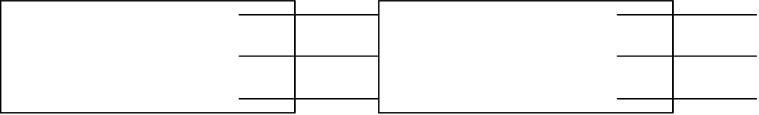
The draw.io diagram RxJs Observables.drawio.svg in hansschenker/rx-angular-state-counter-demo-hans, before a commit. Source tidied: cells renumbered, new cells last; positions are measured from the earlier drawing's top-left corner, leaving out a move shared by most shapes.
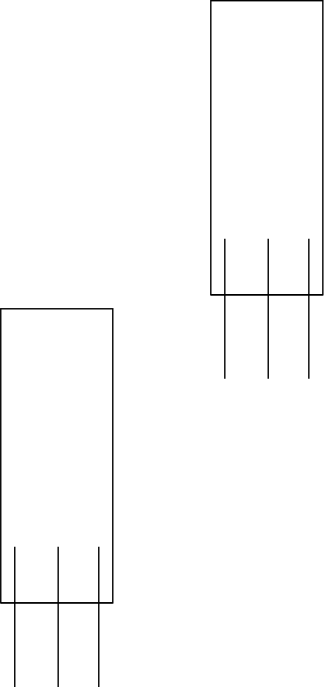
After the change.

The edit, as a diff of the source:
```diff
@@ -2,71 +2,71 @@
   <root>
     <mxCell id="0" />
     <mxCell id="1" parent="0" />
-    <mxCell id="2" style="group;" parent="1" vertex="1">
-      <mxGeometry width="270" height="80" as="geometry" />
-    </mxCell>
+    <mxCell id="16" style="group;" parent="1" vertex="1">
+      <mxGeometry x="470" y="-190" width="80" height="270" as="geometry" />
+    </mxCell>
-    <mxCell id="3" style="rounded=0;whiteSpace=wrap;html=1;" parent="2" vertex="1">
-      <mxGeometry width="210" height="80" as="geometry" />
+    <mxCell id="3" style="rounded=0;whiteSpace=wrap;html=1;direction=south;" parent="16" vertex="1">
+      <mxGeometry width="80" height="210" as="geometry" />
     </mxCell>
-    <mxCell id="4" style="group;" parent="2" vertex="1">
-      <mxGeometry x="170" width="100" height="80" as="geometry" />
+    <mxCell id="4" style="group;direction=west;rotation=90;" parent="16" vertex="1">
+      <mxGeometry x="-10" y="180" width="100" height="80" as="geometry" />
     </mxCell>
     <mxCell id="5" style="endArrow=none;html=1;rounded=0;" parent="4" edge="1">
       <mxGeometry relative="1" as="geometry">
-        <mxPoint x="40" y="80" as="sourcePoint" />
-        <mxPoint x="40" as="targetPoint" />
+        <mxPoint x="10" y="30" as="sourcePoint" />
+        <mxPoint x="90" y="30" as="targetPoint" />
       </mxGeometry>
     </mxCell>
     <mxCell id="6" style="endArrow=none;html=1;rounded=0;" parent="4" edge="1">
       <mxGeometry relative="1" as="geometry">
-        <mxPoint y="39.5" as="sourcePoint" />
-        <mxPoint x="100" y="39.5" as="targetPoint" />
+        <mxPoint x="51" y="-10" as="sourcePoint" />
+        <mxPoint x="51" y="90" as="targetPoint" />
       </mxGeometry>
     </mxCell>
     <mxCell id="7" style="endArrow=none;html=1;rounded=0;" parent="4" edge="1">
       <mxGeometry relative="1" as="geometry">
-        <mxPoint y="70" as="sourcePoint" />
-        <mxPoint x="100" y="70" as="targetPoint" />
+        <mxPoint x="20" y="-10" as="sourcePoint" />
+        <mxPoint x="20" y="90" as="targetPoint" />
       </mxGeometry>
     </mxCell>
     <mxCell id="8" style="endArrow=none;html=1;rounded=0;" parent="4" edge="1">
       <mxGeometry relative="1" as="geometry">
-        <mxPoint y="10" as="sourcePoint" />
-        <mxPoint x="100" y="10" as="targetPoint" />
+        <mxPoint x="80" y="-10" as="sourcePoint" />
+        <mxPoint x="80" y="90" as="targetPoint" />
       </mxGeometry>
     </mxCell>
-    <mxCell id="9" style="group;" parent="1" vertex="1">
-      <mxGeometry x="270" width="270" height="80" as="geometry" />
-    </mxCell>
-    <mxCell id="10" style="rounded=0;whiteSpace=wrap;html=1;" parent="9" vertex="1">
-      <mxGeometry width="210" height="80" as="geometry" />
-    </mxCell>
-    <mxCell id="11" style="group;" parent="9" vertex="1">
-      <mxGeometry x="170" width="100" height="80" as="geometry" />
-    </mxCell>
-    <mxCell id="12" style="endArrow=none;html=1;rounded=0;" parent="11" edge="1">
-      <mxGeometry relative="1" as="geometry">
-        <mxPoint x="40" y="80" as="sourcePoint" />
-        <mxPoint x="40" as="targetPoint" />
-      </mxGeometry>
-    </mxCell>
-    <mxCell id="13" style="endArrow=none;html=1;rounded=0;" parent="11" edge="1">
-      <mxGeometry relative="1" as="geometry">
-        <mxPoint y="39.5" as="sourcePoint" />
-        <mxPoint x="100" y="39.5" as="targetPoint" />
-      </mxGeometry>
-    </mxCell>
-    <mxCell id="14" style="endArrow=none;html=1;rounded=0;" parent="11" edge="1">
-      <mxGeometry relative="1" as="geometry">
-        <mxPoint y="70" as="sourcePoint" />
-        <mxPoint x="100" y="70" as="targetPoint" />
-      </mxGeometry>
-    </mxCell>
-    <mxCell id="15" style="endArrow=none;html=1;rounded=0;" parent="11" edge="1">
-      <mxGeometry relative="1" as="geometry">
-        <mxPoint y="10" as="sourcePoint" />
-        <mxPoint x="100" y="10" as="targetPoint" />
-      </mxGeometry>
-    </mxCell>
+    <mxCell id="17" style="group;" parent="1" vertex="1">
+      <mxGeometry x="320" y="30" width="80" height="270" as="geometry" />
+    </mxCell>
+    <mxCell id="18" style="rounded=0;whiteSpace=wrap;html=1;direction=south;" parent="17" vertex="1">
+      <mxGeometry width="80" height="210" as="geometry" />
+    </mxCell>
+    <mxCell id="19" style="group;direction=west;rotation=90;" parent="17" vertex="1">
+      <mxGeometry x="-10" y="180" width="100" height="80" as="geometry" />
+    </mxCell>
+    <mxCell id="20" style="endArrow=none;html=1;rounded=0;" parent="19" edge="1">
+      <mxGeometry relative="1" as="geometry">
+        <mxPoint x="10" y="30" as="sourcePoint" />
+        <mxPoint x="90" y="30" as="targetPoint" />
+      </mxGeometry>
+    </mxCell>
+    <mxCell id="21" style="endArrow=none;html=1;rounded=0;" parent="19" edge="1">
+      <mxGeometry relative="1" as="geometry">
+        <mxPoint x="51" y="-10" as="sourcePoint" />
+        <mxPoint x="51" y="90" as="targetPoint" />
+      </mxGeometry>
+    </mxCell>
+    <mxCell id="22" style="endArrow=none;html=1;rounded=0;" parent="19" edge="1">
+      <mxGeometry relative="1" as="geometry">
+        <mxPoint x="20" y="-10" as="sourcePoint" />
+        <mxPoint x="20" y="90" as="targetPoint" />
+      </mxGeometry>
+    </mxCell>
+    <mxCell id="23" style="endArrow=none;html=1;rounded=0;" parent="19" edge="1">
+      <mxGeometry relative="1" as="geometry">
+        <mxPoint x="80" y="-10" as="sourcePoint" />
+        <mxPoint x="80" y="90" as="targetPoint" />
+      </mxGeometry>
+    </mxCell>
   </root>
 </mxGraphModel>
```
